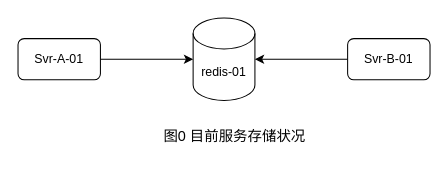
Earlier version of the draw.io diagram redis/step-00.drawio (luotian-ola/data-migrate). Source tidied: cells renumbered, new cells numbered last; positions are measured from the earlier drawing's top-left corner, leaving out a move shared by most shapes. Both pictures are drawn from the tidied source at 103%, with x=0, y=0 at pixel (18, 18).
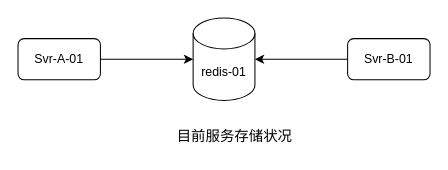
The same page after the edit.

The edit, as a diff of the source:
```diff
@@
 <mxGraphModel>
   <root>
     <mxCell id="0" />
     <mxCell id="1" parent="0" />
     <mxCell id="2" style="edgeStyle=none;html=1;fontSize=14;" parent="1" edge="1" source="3" target="6">
       <mxGeometry relative="1" as="geometry" />
     </mxCell>
     <mxCell id="3" value="Svr-A-01" style="rounded=1;whiteSpace=wrap;html=1;" parent="1" vertex="1">
       <mxGeometry y="20" width="80" height="40" as="geometry" />
     </mxCell>
     <mxCell id="4" style="edgeStyle=none;html=1;fontSize=14;" parent="1" edge="1" source="5" target="6">
       <mxGeometry relative="1" as="geometry" />
     </mxCell>
     <mxCell id="5" value="Svr-B-01" style="rounded=1;whiteSpace=wrap;html=1;" parent="1" vertex="1">
       <mxGeometry x="320" y="20" width="80" height="40" as="geometry" />
     </mxCell>
     <mxCell id="6" value="redis-01" style="shape=cylinder3;whiteSpace=wrap;html=1;boundedLbl=1;backgroundOutline=1;size=15;" parent="1" vertex="1">
       <mxGeometry x="170" width="60" height="80" as="geometry" />
     </mxCell>
-    <mxCell id="7" value="图0 目前服务存储状况" style="text;html=1;align=center;verticalAlign=middle;strokeColor=none;fillColor=none;fontSize=14;" parent="1" vertex="1">
-      <mxGeometry x="130" y="100" width="160" height="30" as="geometry" />
+    <mxCell id="7" value="目前服务存储状况" style="text;html=1;align=center;verticalAlign=middle;strokeColor=none;fillColor=none;fontSize=14;" parent="1" vertex="1">
+      <mxGeometry x="140" y="100" width="140" height="30" as="geometry" />
     </mxCell>
   </root>
 </mxGraphModel>
```
